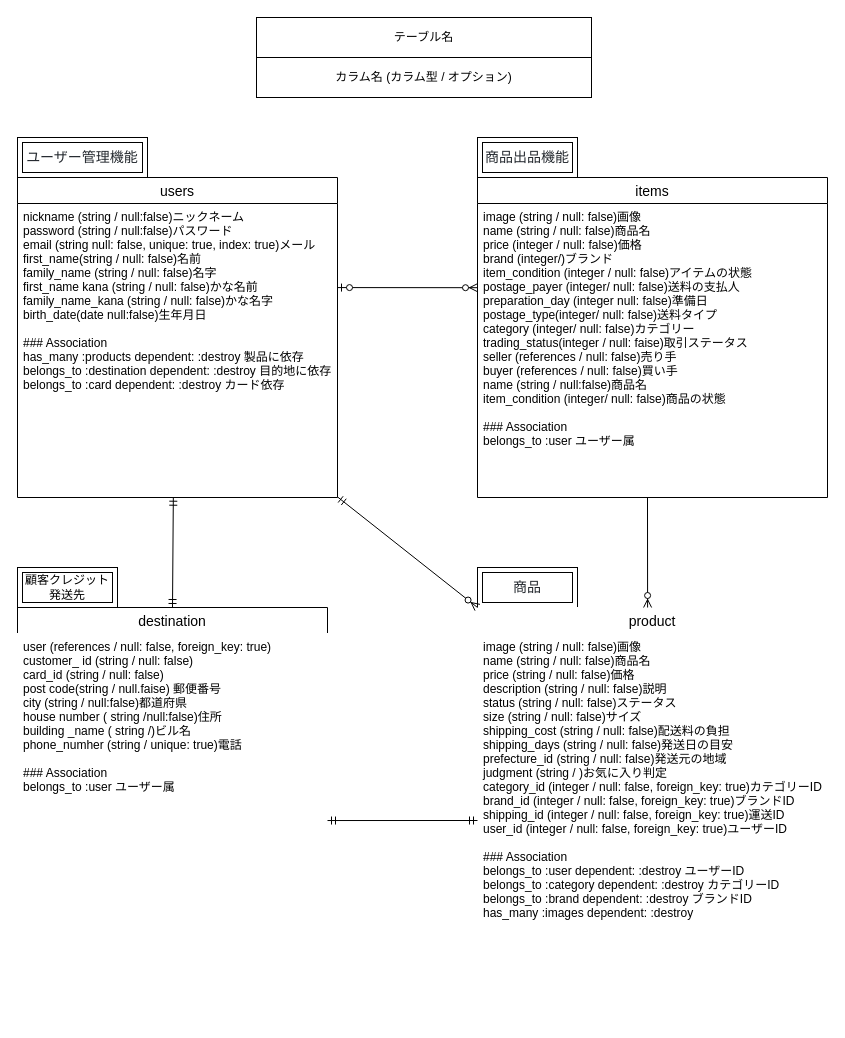
Earlier version of the draw.io diagram ER図.dio (mitsuonitta/furima-38914). Source tidied: cells renumbered, new cells numbered last; positions are measured from the earlier drawing's top-left corner, leaving out a move shared by most shapes. Both pictures are drawn from the tidied source at 100%, with x=0, y=0 at pixel (17, 17).
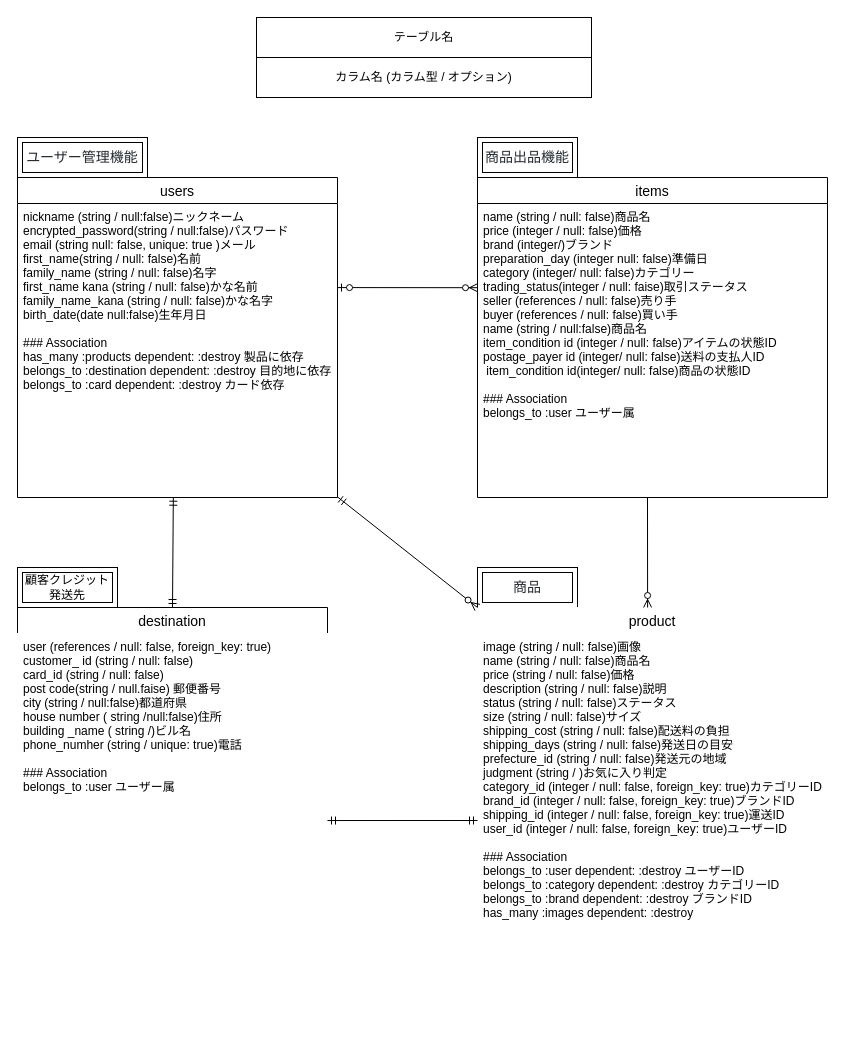
The same page after the edit.

Commit message (it also covers changes not shown here):
third commit custom02

Unchanged cells that the change refers to:
```xml
<mxCell id="2" value="users" style="swimlane;fontStyle=0;horizontal=1;startSize=26;align=center;fontSize=14;" parent="1" vertex="1">
  <mxGeometry y="160" width="320" height="320" as="geometry" />
</mxCell>
<mxCell id="4" value="items" style="swimlane;fontStyle=0;horizontal=1;startSize=26;align=center;fontSize=14;" parent="1" vertex="1">
  <mxGeometry x="460" y="160" width="350" height="320" as="geometry" />
</mxCell>
```

Diff of the diagram source:
```diff
@@
-    <mxCell id="3" value="nickname (string / null:false)ニックネーム&#10;password (string / null:false)パスワード&#10;email (string null: false, unique: true, index: true)メール&#10;first_name(string / null: false)名前&#10;family_name (string / null: false)名字&#10;first_name kana (string / null: false)かな名前&#10;family_name_kana (string / null: false)かな名字&#10;birth_date(date null:false)生年月日&#10;&#10;### Association&#10;has_many :products dependent: :destroy 製品に依存&#10;belongs_to :destination dependent: :destroy 目的地に依存&#10;belongs_to :card dependent: :destroy カード依存" style="text;strokeColor=none;fillColor=none;spacingLeft=4;spacingRight=4;overflow=hidden;points=[[0,0.5],[1,0.5]];portConstraint=eastwest;fontSize=12;labelBackgroundColor=none;fontColor=default;" parent="2" vertex="1">
+    <mxCell id="3" value="nickname (string / null:false)ニックネーム&#10;encrypted_password(string / null:false)パスワード&#10;email (string null: false, unique: true )メール&#10;first_name(string / null: false)名前&#10;family_name (string / null: false)名字&#10;first_name kana (string / null: false)かな名前&#10;family_name_kana (string / null: false)かな名字&#10;birth_date(date null:false)生年月日&#10;&#10;### Association&#10;has_many :products dependent: :destroy 製品に依存&#10;belongs_to :destination dependent: :destroy 目的地に依存&#10;belongs_to :card dependent: :destroy カード依存" style="text;strokeColor=none;fillColor=none;spacingLeft=4;spacingRight=4;overflow=hidden;points=[[0,0.5],[1,0.5]];portConstraint=eastwest;fontSize=12;labelBackgroundColor=none;fontColor=default;" parent="2" vertex="1">
       <mxGeometry y="26" width="320" height="294" as="geometry" />
     </mxCell>
@@
-    <mxCell id="5" value="image (string / null: false)画像&#10;name (string / null: false)商品名&#10;price (integer / null: false)価格&#10;brand (integer/)ブランド&#10;item_condition (integer / null: false)アイテムの状態&#10;postage_payer (integer/ null: false)送料の支払人&#10;preparation_day (integer null: false)準備日&#10;postage_type(integer/ null: false)送料タイプ&#10;category (integer/ null: false)カテゴリー&#10;trading_status(integer / null: faise)取引ステータス&#10;seller (references / null: false)売り手&#10;buyer (references / null: false)買い手&#10;name (string / null:false)商品名&#10;item_condition (integer/ null: false)商品の状態&#10;&#10;### Association&#10;belongs_to :user ユーザー属" style="text;strokeColor=none;fillColor=none;spacingLeft=4;spacingRight=4;overflow=hidden;fontSize=12;" parent="4" vertex="1">
+    <mxCell id="5" value="name (string / null: false)商品名&#10;price (integer / null: false)価格&#10;brand (integer/)ブランド&#10;preparation_day (integer null: false)準備日&#10;category (integer/ null: false)カテゴリー&#10;trading_status(integer / null: faise)取引ステータス&#10;seller (references / null: false)売り手&#10;buyer (references / null: false)買い手&#10;name (string / null:false)商品名&#10;item_condition id (integer / null: false)アイテムの状態ID&#10;postage_payer id (integer/ null: false)送料の支払人ID&#10; item_condition id(integer/ null: false)商品の状態ID&#10;&#10;### Association&#10;belongs_to :user ユーザー属" style="text;strokeColor=none;fillColor=none;spacingLeft=4;spacingRight=4;overflow=hidden;fontSize=12;" parent="4" vertex="1">
       <mxGeometry y="26" width="350" height="294" as="geometry" />
     </mxCell>
```
